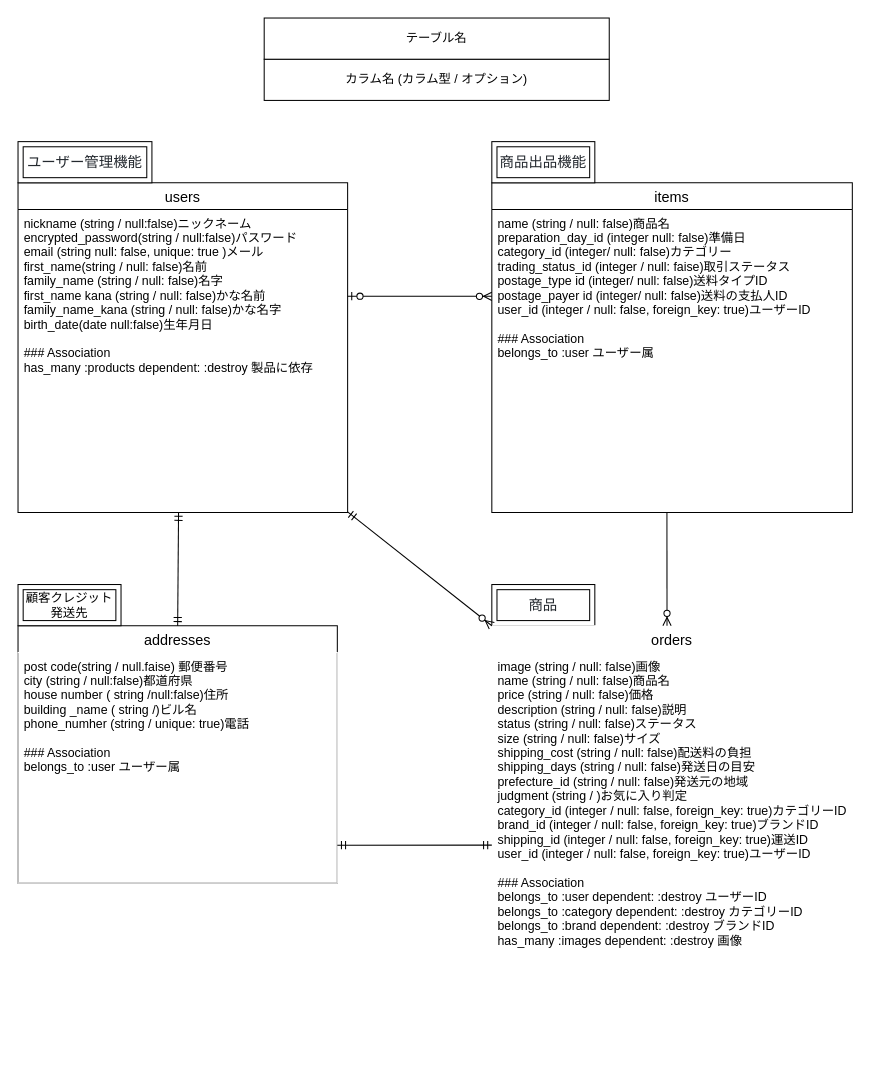
The draw.io diagram ER図.dio in mitsuonitta/furima-38914, before the edit. Source tidied: cells renumbered, new cells numbered last; positions are measured from the earlier drawing's top-left corner, leaving out a move shared by most shapes. Both pictures are drawn from the tidied source at 103%, with x=0, y=0 at pixel (18, 18).
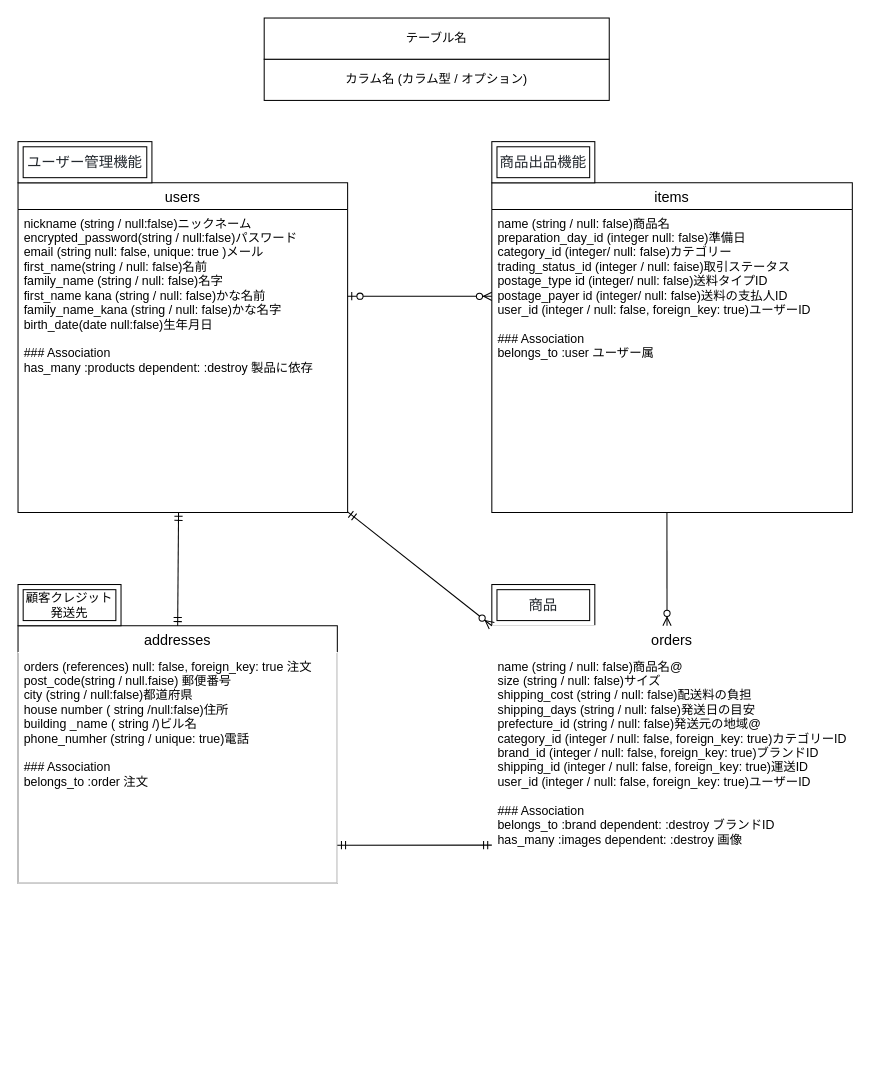
After the change.

Commit message (it also covers changes not shown here):
third commit custom04

The change refers to these unchanged cells:
```xml
<mxCell id="12" value="addresses" style="swimlane;fontStyle=0;horizontal=1;startSize=26;align=center;fontSize=14;labelBackgroundColor=none;fontColor=default;" parent="1" vertex="1">
  <mxGeometry y="590" width="310" height="250" as="geometry" />
</mxCell>
<mxCell id="16" value="orders" style="swimlane;fontStyle=0;horizontal=1;startSize=26;align=center;fontSize=14;labelBackgroundColor=none;strokeColor=#FFFFFF;fontColor=default;" parent="1" vertex="1">
  <mxGeometry x="460" y="590" width="350" height="410" as="geometry" />
</mxCell>
```

What changed in the source:
```diff
@@
-    <mxCell id="13" value="post code(string / null.faise) 郵便番号&#10;city (string / null:false)都道府県&#10;house number ( string /null:false)住所&#10;building _name ( string /)ビル名&#10;phone_numher (string / unique: true)電話&#10;&#10;### Association&#10;belongs_to :user ユーザー属" style="text;strokeColor=#FFFFFF;fillColor=none;spacingLeft=4;spacingRight=4;overflow=hidden;points=[[0,0.5],[1,0.5]];portConstraint=eastwest;fontSize=12;labelBackgroundColor=none;fontColor=default;" parent="12" vertex="1">
+    <mxCell id="13" value="orders (references) null: false, foreign_key: true 注文&#10;post_code(string / null.faise) 郵便番号&#10;city (string / null:false)都道府県&#10;house number ( string /null:false)住所&#10;building _name ( string /)ビル名&#10;phone_numher (string / unique: true)電話&#10;&#10;### Association&#10;belongs_to :order 注文" style="text;strokeColor=#FFFFFF;fillColor=none;spacingLeft=4;spacingRight=4;overflow=hidden;points=[[0,0.5],[1,0.5]];portConstraint=eastwest;fontSize=12;labelBackgroundColor=none;fontColor=default;" parent="12" vertex="1">
       <mxGeometry y="26" width="310" height="224" as="geometry" />
     </mxCell>
@@
-    <mxCell id="17" value="image (string / null: false)画像&#10;name (string / null: false)商品名&#10;price (string / null: false)価格&#10;description (string / null: false)説明&#10;status (string / null: false)ステータス&#10;size (string / null: false)サイズ&#10;shipping_cost (string / null: false)配送料の負担&#10;shipping_days (string / null: false)発送日の目安&#10;prefecture_id (string / null: false)発送元の地域&#10;judgment (string / )お気に入り判定&#10;category_id (integer / null: false, foreign_key: true)カテゴリーID&#10;brand_id (integer / null: false, foreign_key: true)ブランドID&#10;shipping_id (integer / null: false, foreign_key: true)運送ID&#10;user_id (integer / null: false, foreign_key: true)ユーザーID&#10;&#10;### Association&#10;belongs_to :user dependent: :destroy ユーザーID&#10;belongs_to :category dependent: :destroy カテゴリーID&#10;belongs_to :brand dependent: :destroy ブランドID&#10;has_many :images dependent: :destroy 画像&#10;" style="text;strokeColor=none;fillColor=none;spacingLeft=4;spacingRight=4;overflow=hidden;points=[[0,0.5],[1,0.5]];portConstraint=eastwest;fontSize=12;labelBackgroundColor=none;fontColor=default;" parent="16" vertex="1">
+    <mxCell id="17" value="name (string / null: false)商品名@&#10;size (string / null: false)サイズ&#10;shipping_cost (string / null: false)配送料の負担&#10;shipping_days (string / null: false)発送日の目安&#10;prefecture_id (string / null: false)発送元の地域@&#10;category_id (integer / null: false, foreign_key: true)カテゴリーID&#10;brand_id (integer / null: false, foreign_key: true)ブランドID&#10;shipping_id (integer / null: false, foreign_key: true)運送ID&#10;user_id (integer / null: false, foreign_key: true)ユーザーID&#10;&#10;### Association&#10;belongs_to :brand dependent: :destroy ブランドID&#10;has_many :images dependent: :destroy 画像&#10;" style="text;strokeColor=none;fillColor=none;spacingLeft=4;spacingRight=4;overflow=hidden;points=[[0,0.5],[1,0.5]];portConstraint=eastwest;fontSize=12;labelBackgroundColor=none;fontColor=default;" parent="16" vertex="1">
       <mxGeometry y="26" width="350" height="384" as="geometry" />
     </mxCell>
```
